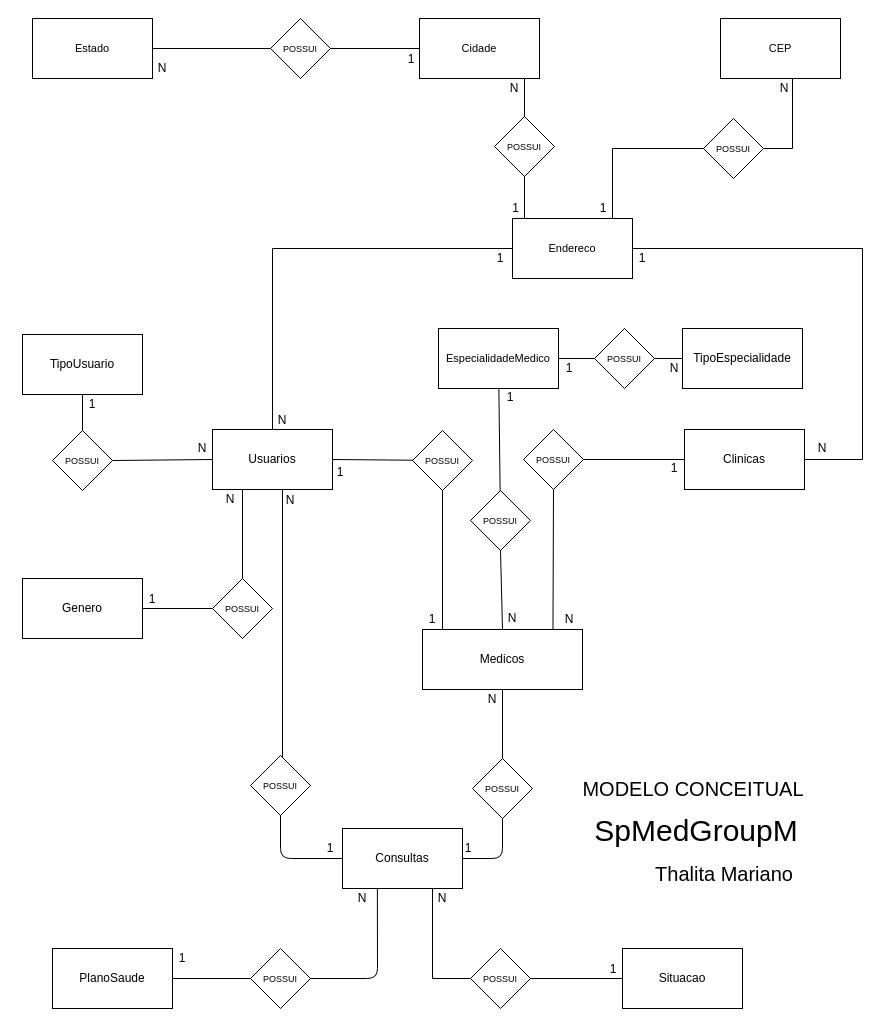
Earlier version of the draw.io diagram page "Conceitual" (1 of 2) of ModelagemConceitual/ModeloConceitual&LogicoSpMedGroup.drawio (marianohtl/Senai_SpMedGroup_Sprint1_bd_Manha_ThalitaMariano). Source tidied: cells renumbered, new cells numbered last; positions are measured from the earlier drawing's top-left corner, leaving out a move shared by most shapes. Both pictures are drawn from the tidied source at 100%, with x=0, y=0 at pixel (22, 18).
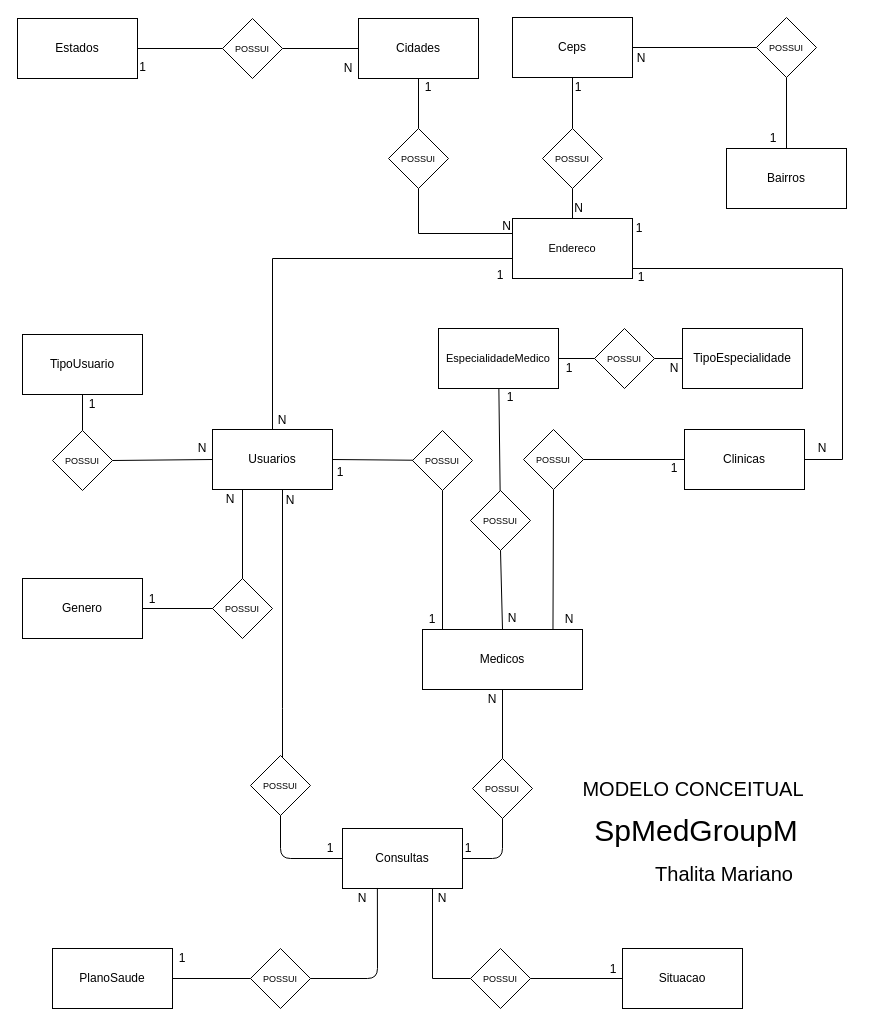
The same page after the edit.

Unchanged cells that the change refers to:
```xml
<mxCell id="5" value="Clinicas" style="rounded=0;whiteSpace=wrap;html=1;" parent="1" vertex="1">
  <mxGeometry x="662" y="411" width="120" height="60" as="geometry" />
</mxCell>
<mxCell id="8" value="Usuarios" style="rounded=0;whiteSpace=wrap;html=1;" parent="1" vertex="1">
  <mxGeometry x="190" y="411" width="120" height="60" as="geometry" />
</mxCell>
<mxCell id="55" value="&lt;font style=&quot;font-size: 11px&quot;&gt;Endereco&lt;/font&gt;" style="rounded=0;whiteSpace=wrap;html=1;" parent="1" vertex="1">
  <mxGeometry x="490" y="200" width="120" height="60" as="geometry" />
</mxCell>
```

What changed in the source:
```diff
@@
     <mxCell id="53" style="edgeStyle=orthogonalEdgeStyle;rounded=0;jettySize=auto;html=1;entryX=0.5;entryY=0;entryDx=0;entryDy=0;endArrow=none;endFill=0;" parent="1" edge="1" source="55" target="8">
-      <mxGeometry relative="1" as="geometry" />
+      <mxGeometry relative="1" as="geometry">
+        <Array as="points">
+          <mxPoint x="250" y="240" />
+        </Array>
+      </mxGeometry>
     </mxCell>
     <mxCell id="54" style="edgeStyle=orthogonalEdgeStyle;rounded=0;jettySize=auto;html=1;entryX=1;entryY=0.5;entryDx=0;entryDy=0;endArrow=none;endFill=0;" parent="1" edge="1" source="55" target="5">
       <mxGeometry relative="1" as="geometry">
         <Array as="points">
-          <mxPoint x="840" y="230" />
-          <mxPoint x="840" y="441" />
+          <mxPoint x="820" y="250" />
+          <mxPoint x="820" y="441" />
         </Array>
       </mxGeometry>
     </mxCell>
@@
     <mxCell id="57" value="1" style="text;html=1;strokeColor=none;fillColor=none;align=center;verticalAlign=middle;whiteSpace=wrap;rounded=0;" parent="1" vertex="1">
-      <mxGeometry x="458" y="230" width="40" height="20" as="geometry" />
+      <mxGeometry x="458" y="247" width="40" height="20" as="geometry" />
     </mxCell>
     <mxCell id="58" value="1" style="text;html=1;strokeColor=none;fillColor=none;align=center;verticalAlign=middle;whiteSpace=wrap;rounded=0;" parent="1" vertex="1">
-      <mxGeometry x="600" y="230" width="40" height="20" as="geometry" />
+      <mxGeometry x="599" y="249" width="40" height="20" as="geometry" />
     </mxCell>
@@
-    <mxCell id="60" style="edgeStyle=orthogonalEdgeStyle;rounded=0;jettySize=auto;html=1;entryX=0;entryY=0.5;entryDx=0;entryDy=0;endArrow=none;endFill=0;" parent="1" edge="1" source="78" target="63">
-      <mxGeometry relative="1" as="geometry" />
-    </mxCell>
+    <mxCell id="79" style="edgeStyle=orthogonalEdgeStyle;rounded=0;jettySize=auto;html=1;endArrow=none;endFill=0;" parent="1" edge="1" source="61" target="78">
+      <mxGeometry relative="1" as="geometry" />
+    </mxCell>
-    <mxCell id="61" value="&lt;span style=&quot;font-size: 11px&quot;&gt;Estado&lt;br&gt;&lt;/span&gt;" style="rounded=0;whiteSpace=wrap;html=1;" parent="1" vertex="1">
-      <mxGeometry x="10" width="120" height="60" as="geometry" />
+    <mxCell id="61" value="Estados&lt;span style=&quot;font-size: 11px&quot;&gt;&lt;br&gt;&lt;/span&gt;" style="rounded=0;whiteSpace=wrap;html=1;" parent="1" vertex="1">
+      <mxGeometry x="-5" width="120" height="60" as="geometry" />
     </mxCell>
-    <mxCell id="62" style="edgeStyle=orthogonalEdgeStyle;rounded=0;orthogonalLoop=1;jettySize=auto;html=1;entryX=0.5;entryY=0;entryDx=0;entryDy=0;endArrow=none;endFill=0;" parent="1" edge="1">
-      <mxGeometry relative="1" as="geometry">
-        <mxPoint x="502" y="60" as="sourcePoint" />
-        <mxPoint x="552" y="200" as="targetPoint" />
-        <Array as="points">
-          <mxPoint x="502" y="200" />
-        </Array>
-      </mxGeometry>
-    </mxCell>
+    <mxCell id="88" style="edgeStyle=orthogonalEdgeStyle;rounded=0;jettySize=auto;html=1;entryX=0.5;entryY=0;entryDx=0;entryDy=0;endArrow=none;endFill=0;" parent="1" edge="1" source="63" target="77">
+      <mxGeometry relative="1" as="geometry" />
+    </mxCell>
-    <mxCell id="63" value="&lt;span style=&quot;font-size: 11px&quot;&gt;Cidade&lt;br&gt;&lt;/span&gt;" style="rounded=0;whiteSpace=wrap;html=1;" parent="1" vertex="1">
-      <mxGeometry x="397" width="120" height="60" as="geometry" />
+    <mxCell id="63" value="Ceps" style="rounded=0;whiteSpace=wrap;html=1;" parent="1" vertex="1">
+      <mxGeometry x="490" y="-1" width="120" height="60" as="geometry" />
     </mxCell>
+    <mxCell id="89" style="edgeStyle=orthogonalEdgeStyle;rounded=0;jettySize=auto;html=1;endArrow=none;endFill=0;" parent="1" edge="1" source="64" target="73">
+      <mxGeometry relative="1" as="geometry" />
+    </mxCell>
-    <mxCell id="64" value="&lt;span style=&quot;font-size: 11px&quot;&gt;CEP&lt;br&gt;&lt;/span&gt;" style="rounded=0;whiteSpace=wrap;html=1;" parent="1" vertex="1">
-      <mxGeometry x="698" width="120" height="60" as="geometry" />
+    <mxCell id="64" value="Bairros" style="rounded=0;whiteSpace=wrap;html=1;" parent="1" vertex="1">
+      <mxGeometry x="704" y="130" width="120" height="60" as="geometry" />
     </mxCell>
-    <mxCell id="65" value="N" style="text;html=1;strokeColor=none;fillColor=none;align=center;verticalAlign=middle;whiteSpace=wrap;rounded=0;" parent="1" vertex="1">
-      <mxGeometry x="120" y="40" width="40" height="20" as="geometry" />
+    <mxCell id="65" value="1" style="text;html=1;strokeColor=none;fillColor=none;align=center;verticalAlign=middle;whiteSpace=wrap;rounded=0;" parent="1" vertex="1">
+      <mxGeometry x="386" y="59" width="40" height="20" as="geometry" />
     </mxCell>
     <mxCell id="66" value="1" style="text;html=1;strokeColor=none;fillColor=none;align=center;verticalAlign=middle;whiteSpace=wrap;rounded=0;" parent="1" vertex="1">
-      <mxGeometry x="369" y="31" width="40" height="20" as="geometry" />
+      <mxGeometry x="536" y="59" width="40" height="20" as="geometry" />
     </mxCell>
-    <mxCell id="67" style="edgeStyle=orthogonalEdgeStyle;rounded=0;jettySize=auto;html=1;exitX=1;exitY=0;exitDx=0;exitDy=0;entryX=1;entryY=0.5;entryDx=0;entryDy=0;endArrow=none;endFill=0;" parent="1" edge="1" source="76" target="73">
-      <mxGeometry relative="1" as="geometry">
-        <Array as="points">
-          <mxPoint x="770" y="60" />
-          <mxPoint x="770" y="130" />
-        </Array>
-      </mxGeometry>
-    </mxCell>
-    <mxCell id="68" value="N" style="text;html=1;strokeColor=none;fillColor=none;align=center;verticalAlign=middle;whiteSpace=wrap;rounded=0;" parent="1" vertex="1">
-      <mxGeometry x="472" y="60" width="40" height="20" as="geometry" />
-    </mxCell>
@@
+    <mxCell id="90" style="edgeStyle=orthogonalEdgeStyle;rounded=0;jettySize=auto;html=1;entryX=1;entryY=0.5;entryDx=0;entryDy=0;endArrow=none;endFill=0;" parent="1" edge="1" source="73" target="63">
+      <mxGeometry relative="1" as="geometry" />
+    </mxCell>
     <mxCell id="73" value="&lt;font style=&quot;font-size: 9px&quot;&gt;POSSUI&lt;/font&gt;" style="rhombus;whiteSpace=wrap;html=1;" parent="1" vertex="1">
-      <mxGeometry x="681" y="100" width="60" height="60" as="geometry" />
+      <mxGeometry x="734" y="-1" width="60" height="60" as="geometry" />
     </mxCell>
     <mxCell id="74" value="1" style="text;html=1;strokeColor=none;fillColor=none;align=center;verticalAlign=middle;whiteSpace=wrap;rounded=0;" parent="1" vertex="1">
-      <mxGeometry x="561" y="180" width="40" height="20" as="geometry" />
+      <mxGeometry x="597" y="200" width="40" height="20" as="geometry" />
     </mxCell>
-    <mxCell id="75" style="edgeStyle=orthogonalEdgeStyle;rounded=0;jettySize=auto;html=1;endArrow=none;endFill=0;" parent="1" edge="1" source="73" target="55">
-      <mxGeometry relative="1" as="geometry">
-        <Array as="points">
-          <mxPoint x="590" y="130" />
-        </Array>
-      </mxGeometry>
-    </mxCell>
-    <mxCell id="76" value="N" style="text;html=1;strokeColor=none;fillColor=none;align=center;verticalAlign=middle;whiteSpace=wrap;rounded=0;" parent="1" vertex="1">
-      <mxGeometry x="751" y="60" width="22" height="20" as="geometry" />
+    <mxCell id="76" value="1" style="text;html=1;strokeColor=none;fillColor=none;align=center;verticalAlign=middle;whiteSpace=wrap;rounded=0;" parent="1" vertex="1">
+      <mxGeometry x="740" y="110" width="22" height="20" as="geometry" />
     </mxCell>
+    <mxCell id="91" style="edgeStyle=orthogonalEdgeStyle;rounded=0;jettySize=auto;html=1;endArrow=none;endFill=0;" parent="1" edge="1" source="77" target="55">
+      <mxGeometry relative="1" as="geometry" />
+    </mxCell>
     <mxCell id="77" value="&lt;font style=&quot;font-size: 9px&quot;&gt;POSSUI&lt;/font&gt;" style="rhombus;whiteSpace=wrap;html=1;" parent="1" vertex="1">
-      <mxGeometry x="472" y="98" width="60" height="60" as="geometry" />
+      <mxGeometry x="520" y="110" width="60" height="60" as="geometry" />
     </mxCell>
+    <mxCell id="92" style="edgeStyle=orthogonalEdgeStyle;rounded=0;jettySize=auto;html=1;endArrow=none;endFill=0;" parent="1" edge="1" source="78" target="94">
+      <mxGeometry relative="1" as="geometry" />
+    </mxCell>
     <mxCell id="78" value="&lt;font style=&quot;font-size: 9px&quot;&gt;POSSUI&lt;/font&gt;" style="rhombus;whiteSpace=wrap;html=1;" parent="1" vertex="1">
-      <mxGeometry x="248" width="60" height="60" as="geometry" />
+      <mxGeometry x="200" width="60" height="60" as="geometry" />
     </mxCell>
-    <mxCell id="79" style="edgeStyle=orthogonalEdgeStyle;rounded=0;jettySize=auto;html=1;entryX=0;entryY=0.5;entryDx=0;entryDy=0;endArrow=none;endFill=0;" parent="1" edge="1" source="61" target="78">
-      <mxGeometry relative="1" as="geometry" />
-    </mxCell>
@@
-    <mxCell id="87" value="1" style="text;html=1;strokeColor=none;fillColor=none;align=center;verticalAlign=middle;whiteSpace=wrap;rounded=0;" parent="1" vertex="1">
-      <mxGeometry x="489" y="180" width="9" height="20" as="geometry" />
+    <mxCell id="87" value="N" style="text;html=1;strokeColor=none;fillColor=none;align=center;verticalAlign=middle;whiteSpace=wrap;rounded=0;" parent="1" vertex="1">
+      <mxGeometry x="552" y="180" width="9" height="20" as="geometry" />
     </mxCell>
+    <mxCell id="93" style="edgeStyle=orthogonalEdgeStyle;rounded=0;jettySize=auto;html=1;entryX=0.5;entryY=0;entryDx=0;entryDy=0;endArrow=none;endFill=0;" parent="1" edge="1" source="94" target="96">
+      <mxGeometry relative="1" as="geometry" />
+    </mxCell>
+    <mxCell id="94" value="Cidades" style="rounded=0;whiteSpace=wrap;html=1;" parent="1" vertex="1">
+      <mxGeometry x="336" width="120" height="60" as="geometry" />
+    </mxCell>
+    <mxCell id="95" style="edgeStyle=orthogonalEdgeStyle;rounded=0;jettySize=auto;html=1;exitX=0.5;exitY=1;exitDx=0;exitDy=0;entryX=0;entryY=0.25;entryDx=0;entryDy=0;endArrow=none;endFill=0;" parent="1" edge="1" source="96" target="55">
+      <mxGeometry relative="1" as="geometry" />
+    </mxCell>
+    <mxCell id="96" value="&lt;font style=&quot;font-size: 9px&quot;&gt;POSSUI&lt;/font&gt;" style="rhombus;whiteSpace=wrap;html=1;" parent="1" vertex="1">
+      <mxGeometry x="366" y="110" width="60" height="60" as="geometry" />
+    </mxCell>
+    <mxCell id="97" value="N" style="text;html=1;strokeColor=none;fillColor=none;align=center;verticalAlign=middle;whiteSpace=wrap;rounded=0;" parent="1" vertex="1">
+      <mxGeometry x="306" y="40" width="40" height="20" as="geometry" />
+    </mxCell>
+    <mxCell id="98" value="N" style="text;html=1;strokeColor=none;fillColor=none;align=center;verticalAlign=middle;whiteSpace=wrap;rounded=0;" parent="1" vertex="1">
+      <mxGeometry x="469" y="198" width="31" height="20" as="geometry" />
+    </mxCell>
+    <mxCell id="99" value="1" style="text;html=1;strokeColor=none;fillColor=none;align=center;verticalAlign=middle;whiteSpace=wrap;rounded=0;" parent="1" vertex="1">
+      <mxGeometry x="116" y="39" width="9" height="20" as="geometry" />
+    </mxCell>
+    <mxCell id="100" value="N" style="text;html=1;strokeColor=none;fillColor=none;align=center;verticalAlign=middle;whiteSpace=wrap;rounded=0;" parent="1" vertex="1">
+      <mxGeometry x="599" y="30" width="40" height="20" as="geometry" />
+    </mxCell>
```
